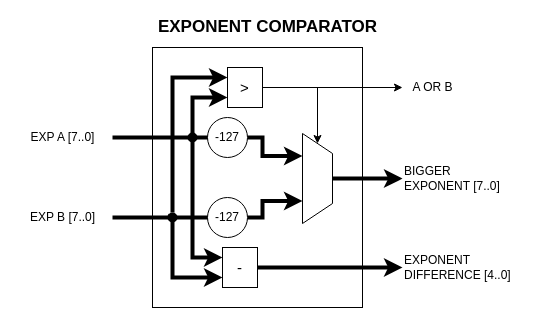
Above: page "Exponent Comparator" (3 of 15) of Diagrams/Floating-point.drawio in hohaicongthuan/Project-2 (draw.io), before the change. Source tidied: cells renumbered, new cells numbered last; positions are measured from the earlier drawing's top-left corner, leaving out a move shared by most shapes. Both pictures are drawn from the tidied source at 100%, with x=0, y=0 at pixel (22, 17).
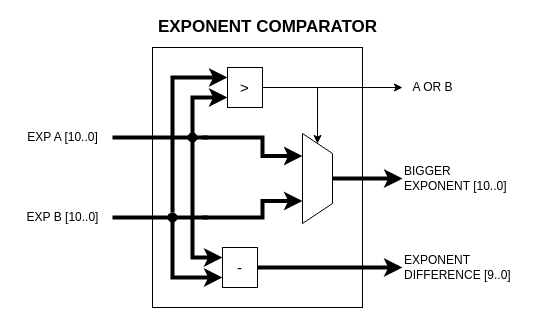
The same diagram, later.

The change refers to these unchanged cells:
```xml
<mxCell id="10" style="shape=trapezoid;perimeter=trapezoidPerimeter;whiteSpace=wrap;html=1;fixedSize=1;strokeColor=default;fillColor=default;direction=south;" parent="1" vertex="1">
  <mxGeometry x="280" y="116" width="30" height="90" as="geometry" />
</mxCell>
```

The edit, as a diff of the source:
```diff
@@
-    <mxCell id="3" style="edgeStyle=orthogonalEdgeStyle;rounded=0;jettySize=auto;html=1;exitX=1;exitY=0.5;exitDx=0;exitDy=0;entryX=0.25;entryY=1;entryDx=0;entryDy=0;strokeWidth=4;" parent="1" edge="1" source="4" target="10">
+    <mxCell id="3" style="edgeStyle=orthogonalEdgeStyle;rounded=0;jettySize=auto;html=1;entryX=0.25;entryY=1;entryDx=0;entryDy=0;strokeWidth=4;" parent="1" edge="1" target="10">
       <mxGeometry relative="1" as="geometry">
+        <mxPoint x="180" y="120" as="sourcePoint" />
         <Array as="points">
           <mxPoint x="240" y="120" />
           <mxPoint x="240" y="138" />
         </Array>
       </mxGeometry>
     </mxCell>
-    <mxCell id="4" value="-127" style="ellipse;whiteSpace=wrap;html=1;strokeColor=default;fillColor=default;" parent="1" vertex="1">
-      <mxGeometry x="185" y="100" width="40" height="40" as="geometry" />
-    </mxCell>
-    <mxCell id="5" style="edgeStyle=orthogonalEdgeStyle;rounded=0;jettySize=auto;html=1;exitX=1;exitY=0.5;exitDx=0;exitDy=0;entryX=0.75;entryY=1;entryDx=0;entryDy=0;strokeWidth=4;" parent="1" edge="1" source="6" target="10">
+    <mxCell id="5" style="edgeStyle=orthogonalEdgeStyle;rounded=0;jettySize=auto;html=1;entryX=0.75;entryY=1;entryDx=0;entryDy=0;strokeWidth=4;" parent="1" edge="1" target="10">
       <mxGeometry relative="1" as="geometry">
+        <mxPoint x="180" y="200" as="sourcePoint" />
         <Array as="points">
           <mxPoint x="240" y="200" />
           <mxPoint x="240" y="184" />
         </Array>
       </mxGeometry>
     </mxCell>
-    <mxCell id="6" value="-127" style="ellipse;whiteSpace=wrap;html=1;strokeColor=default;fillColor=default;" parent="1" vertex="1">
-      <mxGeometry x="185" y="180" width="40" height="40" as="geometry" />
-    </mxCell>
-    <mxCell id="7" style="endArrow=none;html=1;strokeWidth=4;entryX=0;entryY=0.5;entryDx=0;entryDy=0;" parent="1" edge="1" target="4">
+    <mxCell id="7" style="endArrow=none;html=1;strokeWidth=4;entryX=0;entryY=0.5;entryDx=0;entryDy=0;" parent="1" edge="1">
       <mxGeometry relative="1" as="geometry">
         <mxPoint x="90" y="120" as="sourcePoint" />
+        <mxPoint x="185" y="120" as="targetPoint" />
       </mxGeometry>
     </mxCell>
-    <mxCell id="8" style="endArrow=none;html=1;strokeWidth=4;entryX=0;entryY=0.5;entryDx=0;entryDy=0;" parent="1" edge="1" target="6">
+    <mxCell id="8" style="endArrow=none;html=1;strokeWidth=4;entryX=0;entryY=0.5;entryDx=0;entryDy=0;" parent="1" edge="1">
       <mxGeometry relative="1" as="geometry">
         <mxPoint x="90" y="200" as="sourcePoint" />
+        <mxPoint x="185" y="200" as="targetPoint" />
       </mxGeometry>
     </mxCell>
@@
-    <mxCell id="15" value="BIGGER&lt;br&gt;EXPONENT [7..0]" style="text;html=1;align=left;verticalAlign=middle;strokeColor=none;fillColor=none;" parent="1" vertex="1">
-      <mxGeometry x="380" y="146" width="110" height="30" as="geometry" />
+    <mxCell id="15" value="BIGGER&lt;br&gt;EXPONENT [10..0]" style="text;html=1;align=left;verticalAlign=middle;strokeColor=none;fillColor=none;" parent="1" vertex="1">
+      <mxGeometry x="380" y="146" width="120" height="30" as="geometry" />
     </mxCell>
@@
-    <mxCell id="20" value="EXPONENT&lt;br&gt;DIFFERENCE [4..0]" style="text;html=1;align=left;verticalAlign=middle;strokeColor=none;fillColor=none;" parent="1" vertex="1">
+    <mxCell id="20" value="EXPONENT&lt;br&gt;DIFFERENCE [9..0]" style="text;html=1;align=left;verticalAlign=middle;strokeColor=none;fillColor=none;" parent="1" vertex="1">
       <mxGeometry x="380" y="235" width="120" height="30" as="geometry" />
     </mxCell>
-    <mxCell id="21" value="EXP A [7..0]" style="text;html=1;align=center;verticalAlign=middle;strokeColor=none;fillColor=none;" parent="1" vertex="1">
-      <mxGeometry y="110" width="80" height="20" as="geometry" />
+    <mxCell id="21" value="EXP A [10..0]" style="text;html=1;align=center;verticalAlign=middle;strokeColor=none;fillColor=none;" parent="1" vertex="1">
+      <mxGeometry x="-5" y="110" width="90" height="20" as="geometry" />
     </mxCell>
-    <mxCell id="22" value="EXP B [7..0]" style="text;html=1;align=center;verticalAlign=middle;strokeColor=none;fillColor=none;" parent="1" vertex="1">
-      <mxGeometry y="190" width="80" height="20" as="geometry" />
+    <mxCell id="22" value="EXP B [10..0]" style="text;html=1;align=center;verticalAlign=middle;strokeColor=none;fillColor=none;" parent="1" vertex="1">
+      <mxGeometry x="-5" y="190" width="90" height="20" as="geometry" />
     </mxCell>
```
